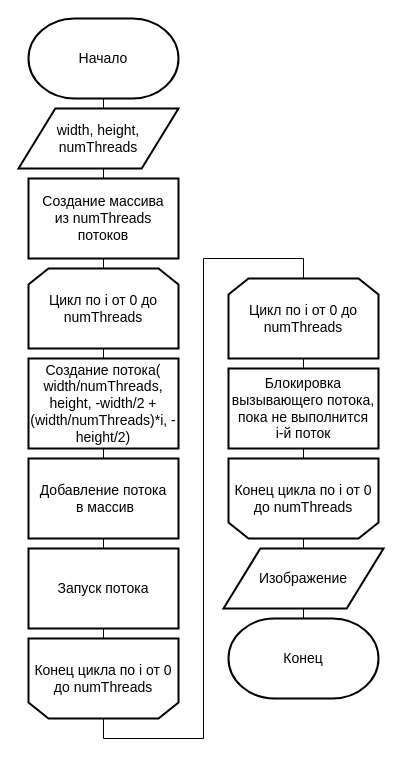
This is lab4/report/inc/img/trass_split.drawio from alena-zayts/BMSTU_5sem_analysis_of_algorithms, a draw.io file, before an edit. Source tidied: cells renumbered, new cells numbered last; positions are measured from the earlier drawing's top-left corner, leaving out a move shared by most shapes. Both pictures are drawn from the tidied source at 100%, with x=0, y=0 at pixel (18, 18).
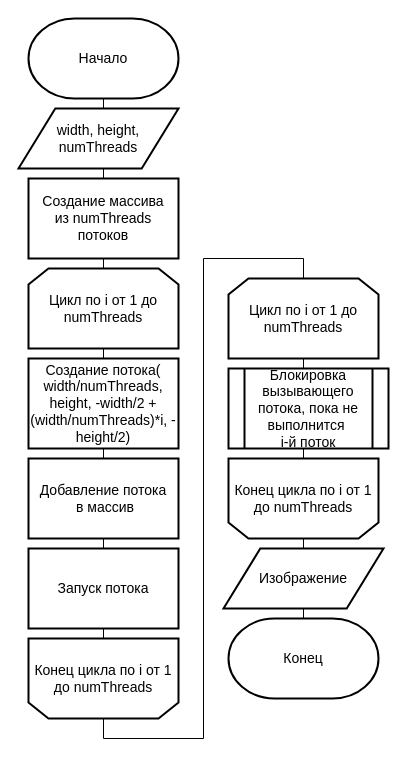
The same diagram, later.

Change to the diagram source:
```diff
@@
-    <mxCell id="9" value="&lt;span style=&quot;font-size: 14px&quot;&gt;Конец цикла&amp;nbsp;&lt;/span&gt;&lt;span style=&quot;font-size: 14px&quot;&gt;по i от 0 до numThreads&lt;/span&gt;" style="shape=loopLimit;whiteSpace=wrap;html=1;strokeWidth=2;direction=west;" parent="1" vertex="1">
+    <mxCell id="9" value="&lt;span style=&quot;font-size: 14px&quot;&gt;Конец цикла&amp;nbsp;&lt;/span&gt;&lt;span style=&quot;font-size: 14px&quot;&gt;по i от 1 до numThreads&lt;/span&gt;" style="shape=loopLimit;whiteSpace=wrap;html=1;strokeWidth=2;direction=west;" parent="1" vertex="1">
       <mxGeometry x="10" y="620" width="150" height="80" as="geometry" />
     </mxCell>
@@
-    <mxCell id="12" value="&lt;span style=&quot;font-size: 14px&quot;&gt;Цикл по i от 0 до numThreads&lt;/span&gt;" style="shape=loopLimit;whiteSpace=wrap;html=1;strokeWidth=2;" parent="1" vertex="1">
+    <mxCell id="12" value="&lt;span style=&quot;font-size: 14px&quot;&gt;Цикл по i от 1 до numThreads&lt;/span&gt;" style="shape=loopLimit;whiteSpace=wrap;html=1;strokeWidth=2;" parent="1" vertex="1">
       <mxGeometry x="10" y="250" width="150" height="80" as="geometry" />
     </mxCell>
-    <mxCell id="13" value="&lt;span style=&quot;font-size: 14px&quot;&gt;Конец цикла&amp;nbsp;&lt;/span&gt;&lt;span style=&quot;font-size: 14px&quot;&gt;по i от 0 до numThreads&lt;/span&gt;" style="shape=loopLimit;whiteSpace=wrap;html=1;strokeWidth=2;direction=west;" parent="1" vertex="1">
+    <mxCell id="13" value="&lt;span style=&quot;font-size: 14px&quot;&gt;Конец цикла&amp;nbsp;&lt;/span&gt;&lt;span style=&quot;font-size: 14px&quot;&gt;по i от 1 до numThreads&lt;/span&gt;" style="shape=loopLimit;whiteSpace=wrap;html=1;strokeWidth=2;direction=west;" parent="1" vertex="1">
       <mxGeometry x="210" y="440" width="150" height="80" as="geometry" />
     </mxCell>
-    <mxCell id="14" value="Блокировка вызывающего потока, пока не выполнится &lt;br&gt;i-й поток" style="rounded=0;whiteSpace=wrap;html=1;strokeWidth=2;fontSize=14;" parent="1" vertex="1">
-      <mxGeometry x="210" y="350" width="150" height="80" as="geometry" />
-    </mxCell>
-    <mxCell id="15" value="&lt;span style=&quot;font-size: 14px&quot;&gt;Цикл по i от 0 до numThreads&lt;/span&gt;" style="shape=loopLimit;whiteSpace=wrap;html=1;strokeWidth=2;" parent="1" vertex="1">
+    <mxCell id="15" value="&lt;span style=&quot;font-size: 14px&quot;&gt;Цикл по i от 1 до numThreads&lt;/span&gt;" style="shape=loopLimit;whiteSpace=wrap;html=1;strokeWidth=2;" parent="1" vertex="1">
       <mxGeometry x="210" y="260" width="150" height="80" as="geometry" />
     </mxCell>
@@
+    <mxCell id="14" value="Блокировка вызывающего потока, пока не выполнится&amp;nbsp;&lt;br&gt;i-й поток&lt;br&gt;" style="shape=process;whiteSpace=wrap;html=1;backgroundOutline=1;strokeWidth=2;fontSize=14;" parent="1" vertex="1">
+      <mxGeometry x="210" y="350" width="160" height="80" as="geometry" />
+    </mxCell>
```
